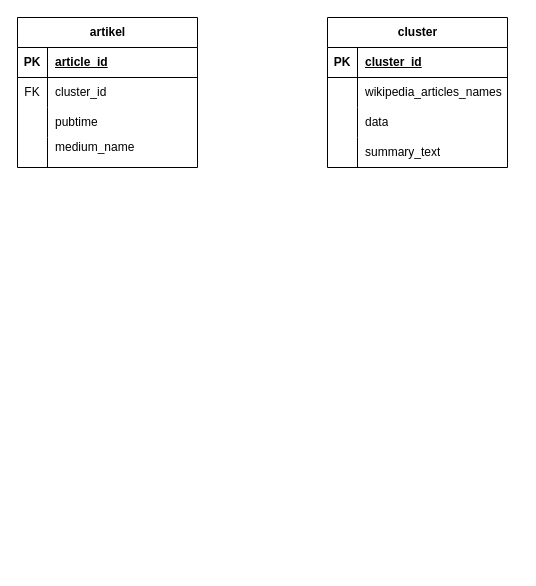
Above: Presentations/Datenbank_schema.drawio in BDP25/WAVE (draw.io), before the change. Source tidied: cells renumbered, new cells numbered last; positions are measured from the earlier drawing's top-left corner, leaving out a move shared by most shapes. Both pictures are drawn from the tidied source at 100%, with x=0, y=0 at pixel (17, 17).
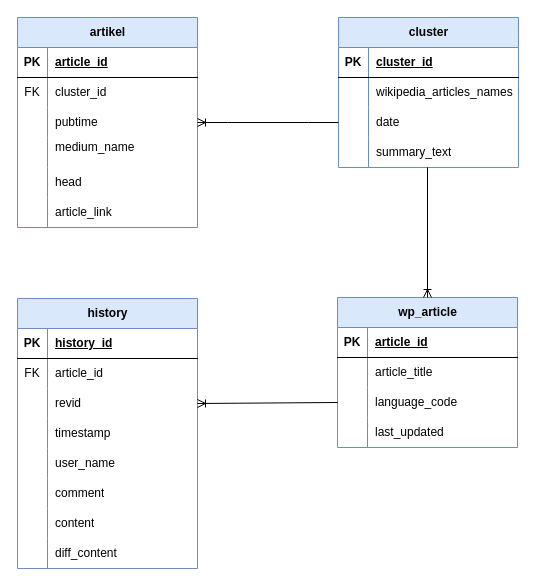
After the change.

Commit message (it also covers changes not shown here):
feat: update database schema diagram in Datenbank_schema.drawio with new entities and relationships

Unchanged cells that the change refers to:
```xml
<mxCell id="9" style="shape=tableRow;horizontal=0;startSize=0;swimlaneHead=0;swimlaneBody=0;fillColor=none;points=[[0,0.5],[1,0.5]];portConstraint=eastwest;top=0;left=0;right=0;bottom=0;" parent="2" vertex="1">
  <mxGeometry y="90" width="180" height="30" as="geometry" />
</mxCell>
<mxCell id="22" style="shape=tableRow;horizontal=0;startSize=0;swimlaneHead=0;swimlaneBody=0;fillColor=none;points=[[0,0.5],[1,0.5]];portConstraint=eastwest;top=0;left=0;right=0;bottom=0;" parent="15" vertex="1">
  <mxGeometry y="90" width="180" height="30" as="geometry" />
</mxCell>
```

The edit, as a diff of the source:
```diff
@@
-    <mxCell id="2" value="artikel" style="shape=table;startSize=30;childLayout=tableLayout;rowLines=0;fontStyle=1;align=center;html=1;" parent="1" vertex="1">
-      <mxGeometry width="180" height="150" as="geometry" />
+    <mxCell id="2" value="artikel" style="shape=table;startSize=30;childLayout=tableLayout;rowLines=0;fontStyle=1;align=center;html=1;fillColor=#dae8fc;strokeColor=#6c8ebf;" parent="1" vertex="1">
+      <mxGeometry width="180" height="210" as="geometry" />
     </mxCell>
@@
+    <mxCell id="28" style="shape=tableRow;horizontal=0;startSize=0;swimlaneHead=0;swimlaneBody=0;fillColor=none;top=0;left=0;right=0;bottom=0;" parent="2" vertex="1">
+      <mxGeometry y="150" width="180" height="30" as="geometry" />
+    </mxCell>
+    <mxCell id="29" style="shape=partialRectangle;fillColor=none;top=0;left=0;bottom=0;right=0;overflow=hidden;whiteSpace=wrap;html=1;" parent="28" vertex="1">
+      <mxGeometry width="30" height="30" as="geometry" />
+    </mxCell>
+    <mxCell id="30" value="head" style="shape=partialRectangle;fillColor=none;top=0;left=0;bottom=0;right=0;align=left;spacingLeft=6;overflow=hidden;whiteSpace=wrap;html=1;" parent="28" vertex="1">
+      <mxGeometry x="30" width="150" height="30" as="geometry" />
+    </mxCell>
+    <mxCell id="31" style="shape=tableRow;horizontal=0;startSize=0;swimlaneHead=0;swimlaneBody=0;fillColor=none;top=0;left=0;right=0;bottom=0;" parent="2" vertex="1">
+      <mxGeometry y="180" width="180" height="30" as="geometry" />
+    </mxCell>
+    <mxCell id="32" style="shape=partialRectangle;fillColor=none;top=0;left=0;bottom=0;right=0;overflow=hidden;whiteSpace=wrap;html=1;" parent="31" vertex="1">
+      <mxGeometry width="30" height="30" as="geometry" />
+    </mxCell>
+    <mxCell id="33" value="article_link" style="shape=partialRectangle;fillColor=none;top=0;left=0;bottom=0;right=0;align=left;spacingLeft=6;overflow=hidden;whiteSpace=wrap;html=1;" parent="31" vertex="1">
+      <mxGeometry x="30" width="150" height="30" as="geometry" />
+    </mxCell>
-    <mxCell id="15" value="cluster" style="shape=table;startSize=30;childLayout=tableLayout;rowLines=0;fontStyle=1;align=center;html=1;" parent="1" vertex="1">
-      <mxGeometry x="310" width="180" height="150" as="geometry" />
+    <mxCell id="15" value="cluster" style="shape=table;startSize=30;childLayout=tableLayout;rowLines=0;fontStyle=1;align=center;html=1;fillColor=#dae8fc;strokeColor=#6c8ebf;" parent="1" vertex="1">
+      <mxGeometry x="321" width="180" height="150" as="geometry" />
     </mxCell>
@@
-    <mxCell id="24" value="data" style="shape=partialRectangle;fillColor=none;top=0;left=0;bottom=0;right=0;align=left;spacingLeft=6;overflow=hidden;whiteSpace=wrap;html=1;" parent="22" vertex="1">
+    <mxCell id="24" value="date" style="shape=partialRectangle;fillColor=none;top=0;left=0;bottom=0;right=0;align=left;spacingLeft=6;overflow=hidden;whiteSpace=wrap;html=1;" parent="22" vertex="1">
       <mxGeometry x="30" width="150" height="30" as="geometry" />
     </mxCell>
@@
+    <mxCell id="34" value="history" style="shape=table;startSize=30;childLayout=tableLayout;rowLines=0;fontStyle=1;align=center;html=1;fillColor=#dae8fc;strokeColor=#6c8ebf;" parent="1" vertex="1">
+      <mxGeometry y="281" width="180" height="270" as="geometry" />
+    </mxCell>
+    <mxCell id="35" style="shape=tableRow;horizontal=0;startSize=0;swimlaneHead=0;swimlaneBody=0;fillColor=none;top=0;left=0;right=0;bottom=1;" parent="34" vertex="1">
+      <mxGeometry y="30" width="180" height="30" as="geometry" />
+    </mxCell>
+    <mxCell id="36" value="PK" style="shape=partialRectangle;fillColor=none;top=0;left=0;bottom=0;right=0;fontStyle=1;overflow=hidden;whiteSpace=wrap;html=1;" parent="35" vertex="1">
+      <mxGeometry width="30" height="30" as="geometry" />
+    </mxCell>
+    <mxCell id="37" value="history_id" style="shape=partialRectangle;fillColor=none;top=0;left=0;bottom=0;right=0;align=left;spacingLeft=6;fontStyle=5;overflow=hidden;whiteSpace=wrap;html=1;" parent="35" vertex="1">
+      <mxGeometry x="30" width="150" height="30" as="geometry" />
+    </mxCell>
+    <mxCell id="38" style="shape=tableRow;horizontal=0;startSize=0;swimlaneHead=0;swimlaneBody=0;fillColor=none;top=0;left=0;right=0;bottom=0;" parent="34" vertex="1">
+      <mxGeometry y="60" width="180" height="30" as="geometry" />
+    </mxCell>
+    <mxCell id="39" value="FK" style="shape=partialRectangle;fillColor=none;top=0;left=0;bottom=0;right=0;overflow=hidden;whiteSpace=wrap;html=1;" parent="38" vertex="1">
+      <mxGeometry width="30" height="30" as="geometry" />
+    </mxCell>
+    <mxCell id="40" value="article_id" style="shape=partialRectangle;fillColor=none;top=0;left=0;bottom=0;right=0;align=left;spacingLeft=6;overflow=hidden;whiteSpace=wrap;html=1;" parent="38" vertex="1">
+      <mxGeometry x="30" width="150" height="30" as="geometry" />
+    </mxCell>
+    <mxCell id="41" style="shape=tableRow;horizontal=0;startSize=0;swimlaneHead=0;swimlaneBody=0;fillColor=none;points=[[0,0.5],[1,0.5]];portConstraint=eastwest;top=0;left=0;right=0;bottom=0;" parent="34" vertex="1">
+      <mxGeometry y="90" width="180" height="30" as="geometry" />
+    </mxCell>
+    <mxCell id="42" style="shape=partialRectangle;fillColor=none;top=0;left=0;bottom=0;right=0;overflow=hidden;whiteSpace=wrap;html=1;" parent="41" vertex="1">
+      <mxGeometry width="30" height="30" as="geometry" />
+    </mxCell>
+    <mxCell id="43" value="revid" style="shape=partialRectangle;fillColor=none;top=0;left=0;bottom=0;right=0;align=left;spacingLeft=6;overflow=hidden;whiteSpace=wrap;html=1;" parent="41" vertex="1">
+      <mxGeometry x="30" width="150" height="30" as="geometry" />
+    </mxCell>
+    <mxCell id="44" style="shape=tableRow;horizontal=0;startSize=0;swimlaneHead=0;swimlaneBody=0;fillColor=none;top=0;left=0;right=0;bottom=0;" parent="34" vertex="1">
+      <mxGeometry y="120" width="180" height="30" as="geometry" />
+    </mxCell>
+    <mxCell id="45" style="shape=partialRectangle;fillColor=none;top=0;left=0;bottom=0;right=0;overflow=hidden;whiteSpace=wrap;html=1;" parent="44" vertex="1">
+      <mxGeometry width="30" height="30" as="geometry" />
+    </mxCell>
+    <mxCell id="46" value="&lt;div&gt;timestamp&lt;/div&gt;" style="shape=partialRectangle;fillColor=none;top=0;left=0;bottom=0;right=0;align=left;spacingLeft=6;overflow=hidden;whiteSpace=wrap;html=1;" parent="44" vertex="1">
+      <mxGeometry x="30" width="150" height="30" as="geometry" />
+    </mxCell>
+    <mxCell id="47" style="shape=tableRow;horizontal=0;startSize=0;swimlaneHead=0;swimlaneBody=0;fillColor=none;top=0;left=0;right=0;bottom=0;" parent="34" vertex="1">
+      <mxGeometry y="150" width="180" height="30" as="geometry" />
+    </mxCell>
+    <mxCell id="48" style="shape=partialRectangle;fillColor=none;top=0;left=0;bottom=0;right=0;overflow=hidden;whiteSpace=wrap;html=1;" parent="47" vertex="1">
+      <mxGeometry width="30" height="30" as="geometry" />
+    </mxCell>
+    <mxCell id="49" value="user_name" style="shape=partialRectangle;fillColor=none;top=0;left=0;bottom=0;right=0;align=left;spacingLeft=6;overflow=hidden;whiteSpace=wrap;html=1;" parent="47" vertex="1">
+      <mxGeometry x="30" width="150" height="30" as="geometry" />
+    </mxCell>
+    <mxCell id="50" style="shape=tableRow;horizontal=0;startSize=0;swimlaneHead=0;swimlaneBody=0;fillColor=none;top=0;left=0;right=0;bottom=0;" parent="34" vertex="1">
+      <mxGeometry y="180" width="180" height="30" as="geometry" />
+    </mxCell>
+    <mxCell id="51" style="shape=partialRectangle;fillColor=none;top=0;left=0;bottom=0;right=0;overflow=hidden;whiteSpace=wrap;html=1;" parent="50" vertex="1">
+      <mxGeometry width="30" height="30" as="geometry" />
+    </mxCell>
+    <mxCell id="52" value="comment" style="shape=partialRectangle;fillColor=none;top=0;left=0;bottom=0;right=0;align=left;spacingLeft=6;overflow=hidden;whiteSpace=wrap;html=1;" parent="50" vertex="1">
+      <mxGeometry x="30" width="150" height="30" as="geometry" />
+    </mxCell>
+    <mxCell id="53" style="shape=tableRow;horizontal=0;startSize=0;swimlaneHead=0;swimlaneBody=0;fillColor=none;top=0;left=0;right=0;bottom=0;" parent="34" vertex="1">
+      <mxGeometry y="210" width="180" height="30" as="geometry" />
+    </mxCell>
+    <mxCell id="54" style="shape=partialRectangle;fillColor=none;top=0;left=0;bottom=0;right=0;overflow=hidden;whiteSpace=wrap;html=1;" parent="53" vertex="1">
+      <mxGeometry width="30" height="30" as="geometry" />
+    </mxCell>
+    <mxCell id="55" value="content" style="shape=partialRectangle;fillColor=none;top=0;left=0;bottom=0;right=0;align=left;spacingLeft=6;overflow=hidden;whiteSpace=wrap;html=1;" parent="53" vertex="1">
+      <mxGeometry x="30" width="150" height="30" as="geometry" />
+    </mxCell>
+    <mxCell id="56" style="shape=tableRow;horizontal=0;startSize=0;swimlaneHead=0;swimlaneBody=0;fillColor=none;top=0;left=0;right=0;bottom=0;" parent="34" vertex="1">
+      <mxGeometry y="240" width="180" height="30" as="geometry" />
+    </mxCell>
+    <mxCell id="57" style="shape=partialRectangle;fillColor=none;top=0;left=0;bottom=0;right=0;overflow=hidden;whiteSpace=wrap;html=1;" parent="56" vertex="1">
+      <mxGeometry width="30" height="30" as="geometry" />
+    </mxCell>
+    <mxCell id="58" value="diff_content" style="shape=partialRectangle;fillColor=none;top=0;left=0;bottom=0;right=0;align=left;spacingLeft=6;overflow=hidden;whiteSpace=wrap;html=1;" parent="56" vertex="1">
+      <mxGeometry x="30" width="150" height="30" as="geometry" />
+    </mxCell>
+    <mxCell id="59" value="wp_article" style="shape=table;startSize=30;childLayout=tableLayout;rowLines=0;fontStyle=1;align=center;html=1;fillColor=#dae8fc;strokeColor=#6c8ebf;" parent="1" vertex="1">
+      <mxGeometry x="320" y="280" width="180" height="150" as="geometry" />
+    </mxCell>
+    <mxCell id="60" style="shape=tableRow;horizontal=0;startSize=0;swimlaneHead=0;swimlaneBody=0;fillColor=none;top=0;left=0;right=0;bottom=1;" parent="59" vertex="1">
+      <mxGeometry y="30" width="180" height="30" as="geometry" />
+    </mxCell>
+    <mxCell id="61" value="PK" style="shape=partialRectangle;fillColor=none;top=0;left=0;bottom=0;right=0;fontStyle=1;overflow=hidden;whiteSpace=wrap;html=1;" parent="60" vertex="1">
+      <mxGeometry width="30" height="30" as="geometry" />
+    </mxCell>
+    <mxCell id="62" value="article_id" style="shape=partialRectangle;fillColor=none;top=0;left=0;bottom=0;right=0;align=left;spacingLeft=6;fontStyle=5;overflow=hidden;whiteSpace=wrap;html=1;" parent="60" vertex="1">
+      <mxGeometry x="30" width="150" height="30" as="geometry" />
+    </mxCell>
+    <mxCell id="63" style="shape=tableRow;horizontal=0;startSize=0;swimlaneHead=0;swimlaneBody=0;fillColor=none;top=0;left=0;right=0;bottom=0;" parent="59" vertex="1">
+      <mxGeometry y="60" width="180" height="30" as="geometry" />
+    </mxCell>
+    <mxCell id="64" style="shape=partialRectangle;fillColor=none;top=0;left=0;bottom=0;right=0;overflow=hidden;whiteSpace=wrap;html=1;" parent="63" vertex="1">
+      <mxGeometry width="30" height="30" as="geometry" />
+    </mxCell>
+    <mxCell id="65" value="article_title" style="shape=partialRectangle;fillColor=none;top=0;left=0;bottom=0;right=0;align=left;spacingLeft=6;overflow=hidden;whiteSpace=wrap;html=1;" parent="63" vertex="1">
+      <mxGeometry x="30" width="150" height="30" as="geometry" />
+    </mxCell>
+    <mxCell id="66" style="shape=tableRow;horizontal=0;startSize=0;swimlaneHead=0;swimlaneBody=0;fillColor=none;points=[[0,0.5],[1,0.5]];portConstraint=eastwest;top=0;left=0;right=0;bottom=0;" parent="59" vertex="1">
+      <mxGeometry y="90" width="180" height="30" as="geometry" />
+    </mxCell>
+    <mxCell id="67" style="shape=partialRectangle;fillColor=none;top=0;left=0;bottom=0;right=0;overflow=hidden;whiteSpace=wrap;html=1;" parent="66" vertex="1">
+      <mxGeometry width="30" height="30" as="geometry" />
+    </mxCell>
+    <mxCell id="68" value="language_code" style="shape=partialRectangle;fillColor=none;top=0;left=0;bottom=0;right=0;align=left;spacingLeft=6;overflow=hidden;whiteSpace=wrap;html=1;" parent="66" vertex="1">
+      <mxGeometry x="30" width="150" height="30" as="geometry" />
+    </mxCell>
+    <mxCell id="69" style="shape=tableRow;horizontal=0;startSize=0;swimlaneHead=0;swimlaneBody=0;fillColor=none;top=0;left=0;right=0;bottom=0;" parent="59" vertex="1">
+      <mxGeometry y="120" width="180" height="30" as="geometry" />
+    </mxCell>
+    <mxCell id="70" style="shape=partialRectangle;fillColor=none;top=0;left=0;bottom=0;right=0;overflow=hidden;whiteSpace=wrap;html=1;" parent="69" vertex="1">
+      <mxGeometry width="30" height="30" as="geometry" />
+    </mxCell>
+    <mxCell id="71" value="&lt;div&gt;last_updated&lt;/div&gt;" style="shape=partialRectangle;fillColor=none;top=0;left=0;bottom=0;right=0;align=left;spacingLeft=6;overflow=hidden;whiteSpace=wrap;html=1;" parent="69" vertex="1">
+      <mxGeometry x="30" width="150" height="30" as="geometry" />
+    </mxCell>
+    <mxCell id="72" style="edgeStyle=entityRelationEdgeStyle;fontSize=12;html=1;endArrow=ERoneToMany;rounded=0;exitX=0;exitY=0.5;exitDx=0;exitDy=0;entryX=1;entryY=0.5;entryDx=0;entryDy=0;" parent="1" edge="1" source="22" target="9">
+      <mxGeometry relative="1" as="geometry" />
+    </mxCell>
+    <mxCell id="73" style="fontSize=12;html=1;endArrow=ERoneToMany;rounded=0;entryX=0.5;entryY=0;entryDx=0;entryDy=0;" parent="1" edge="1" target="59">
+      <mxGeometry relative="1" as="geometry">
+        <mxPoint x="410" y="150" as="sourcePoint" />
+      </mxGeometry>
+    </mxCell>
+    <mxCell id="74" style="fontSize=12;html=1;endArrow=ERoneToMany;rounded=0;exitX=0;exitY=0.5;exitDx=0;exitDy=0;entryX=1;entryY=0.5;entryDx=0;entryDy=0;flowAnimation=0;" parent="1" edge="1" source="66" target="41">
+      <mxGeometry relative="1" as="geometry" />
+    </mxCell>
```
